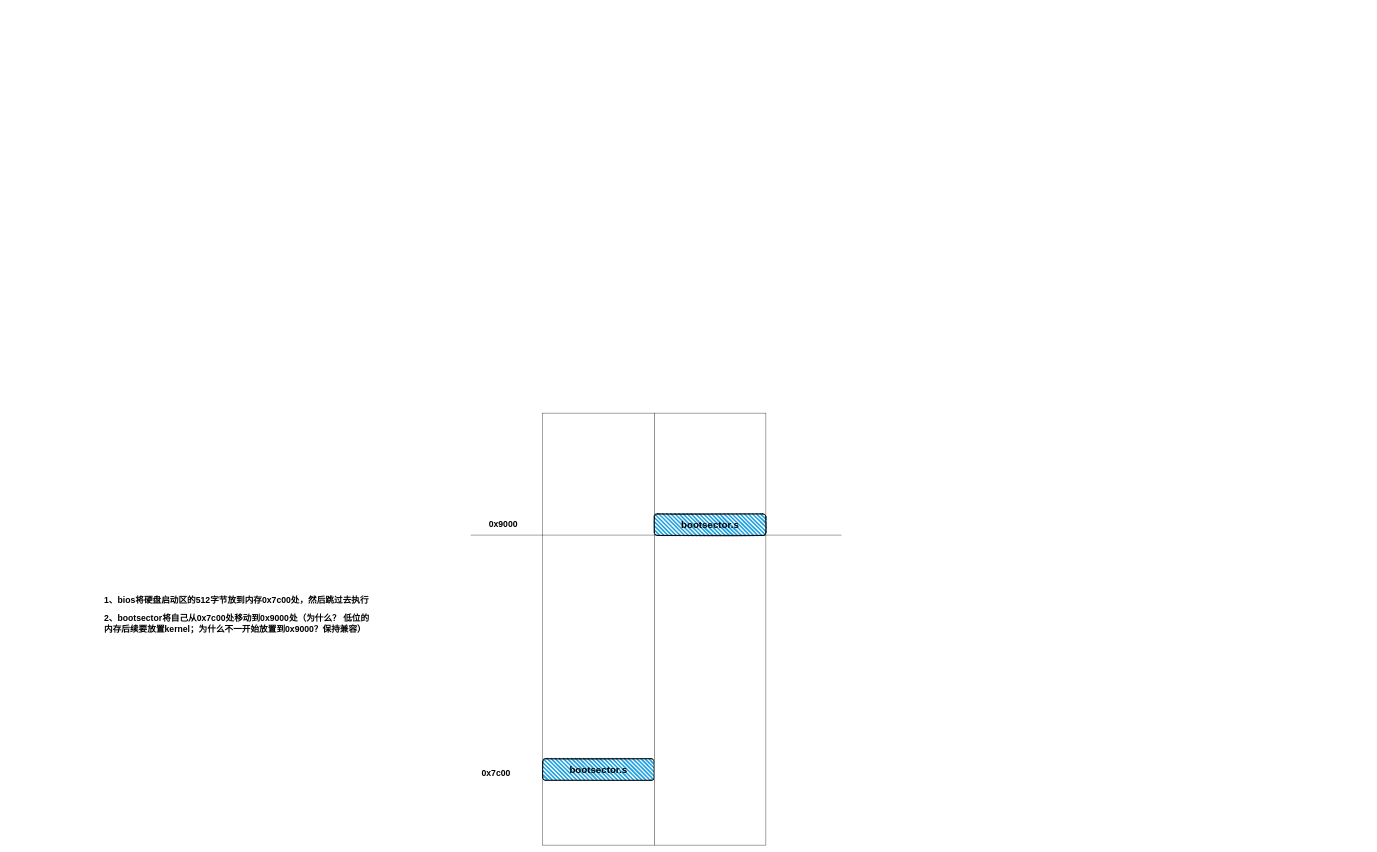
Before: page "linux-0.11" (2 of 3) of grub源码阅读.drawio in wbzzx-bb/wb-linux, a draw.io diagram. Source tidied: cells renumbered, new cells numbered last; positions are measured from the earlier drawing's top-left corner, leaving out a move shared by most shapes. Both pictures are drawn from the tidied source at 36%, with x=0, y=0 at pixel (103, 413).
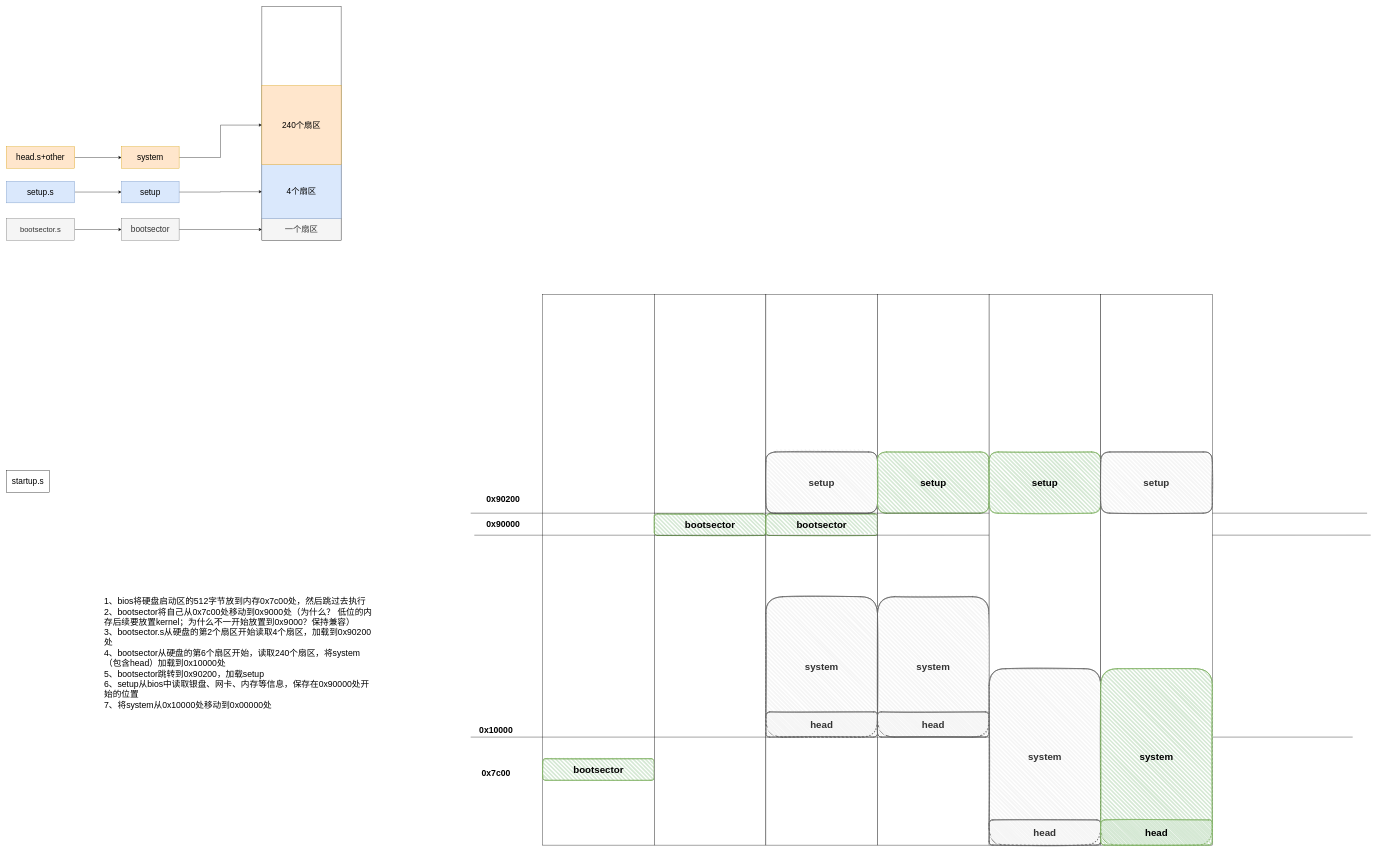
After the change.

Commit message:
更新grub源码阅读.drawio

Change to the diagram source:
```diff
@@
     <mxCell id="2" style="rounded=0;whiteSpace=wrap;html=1;" parent="1" vertex="1">
-      <mxGeometry x="1220" width="310" height="1200" as="geometry" />
+      <mxGeometry x="1220" y="-330" width="310" height="1530" as="geometry" />
     </mxCell>
-    <mxCell id="3" value="&lt;b&gt;&lt;font style=&quot;font-size: 27px;&quot;&gt;bootsector.s&lt;/font&gt;&lt;/b&gt;" style="rounded=1;whiteSpace=wrap;html=1;strokeWidth=2;fillWeight=4;hachureGap=8;hachureAngle=45;fillColor=#1ba1e2;sketch=1;" parent="1" vertex="1">
+    <mxCell id="3" value="&lt;b&gt;&lt;font style=&quot;font-size: 27px;&quot;&gt;bootsector&lt;/font&gt;&lt;/b&gt;" style="rounded=1;whiteSpace=wrap;html=1;strokeWidth=2;fillWeight=4;hachureGap=8;hachureAngle=45;fillColor=#d5e8d4;sketch=1;strokeColor=#82b366;" parent="1" vertex="1">
       <mxGeometry x="1220" y="960" width="310" height="60" as="geometry" />
     </mxCell>
@@
     <mxCell id="5" style="rounded=0;whiteSpace=wrap;html=1;" parent="1" vertex="1">
-      <mxGeometry x="1530" width="310" height="1200" as="geometry" />
+      <mxGeometry x="1530" y="-330" width="310" height="1530" as="geometry" />
     </mxCell>
-    <mxCell id="6" value="&lt;b&gt;&lt;font style=&quot;font-size: 27px;&quot;&gt;bootsector.s&lt;/font&gt;&lt;/b&gt;" style="rounded=1;whiteSpace=wrap;html=1;strokeWidth=2;fillWeight=4;hachureGap=8;hachureAngle=45;fillColor=#1ba1e2;sketch=1;" parent="1" vertex="1">
+    <mxCell id="6" value="&lt;b&gt;&lt;font style=&quot;font-size: 27px;&quot;&gt;bootsector&lt;/font&gt;&lt;/b&gt;" style="rounded=1;whiteSpace=wrap;html=1;strokeWidth=2;fillWeight=4;hachureGap=8;hachureAngle=45;fillColor=#d5e8d4;sketch=1;strokeColor=#82b366;" parent="1" vertex="1">
       <mxGeometry x="1530" y="280" width="310" height="60" as="geometry" />
     </mxCell>
-    <mxCell id="7" value="0x9000" style="text;strokeColor=none;fillColor=none;html=1;fontSize=24;fontStyle=1;verticalAlign=middle;align=center;" parent="1" vertex="1">
+    <mxCell id="7" value="0x90000" style="text;strokeColor=none;fillColor=none;html=1;fontSize=24;fontStyle=1;verticalAlign=middle;align=center;" parent="1" vertex="1">
       <mxGeometry x="1060" y="290" width="100" height="40" as="geometry" />
     </mxCell>
-    <mxCell id="8" value="1、bios将硬盘启动区的512字节放到内存0x7c00处，然后跳过去执行" style="text;strokeColor=none;fillColor=none;html=1;fontSize=24;fontStyle=1;verticalAlign=top;align=left;" parent="1" vertex="1">
-      <mxGeometry y="500" width="760" height="40" as="geometry" />
+    <mxCell id="8" value="1、bios将硬盘启动区的512字节放到内存0x7c00处，然后跳过去执行&lt;div&gt;&lt;span style=&quot;text-wrap-mode: wrap;&quot;&gt;2、bootsector将自己从0x7c00处移动到0x9000处（为什么？ 低位的内存后续要放置kernel；为什么不一开始放置到0x9000？保持兼容&lt;/span&gt;&lt;span style=&quot;color: light-dark(rgb(0, 0, 0), rgb(255, 255, 255)); text-wrap-mode: wrap; background-color: transparent;&quot;&gt;）&lt;/span&gt;&lt;/div&gt;&lt;div&gt;&lt;span style=&quot;text-wrap-mode: wrap;&quot;&gt;3、bootsector.s从硬盘的第2个扇区开始读取4个扇区，加载到0x90200处&lt;/span&gt;&lt;span style=&quot;color: light-dark(rgb(0, 0, 0), rgb(255, 255, 255)); text-wrap-mode: wrap; background-color: transparent;&quot;&gt;&lt;/span&gt;&lt;/div&gt;&lt;div&gt;4、bootsector从硬盘的第6个扇区开始，读取240个扇区，将system（包含head）加载到0x10000处&lt;span style=&quot;text-wrap-mode: wrap;&quot;&gt;&lt;/span&gt;&lt;/div&gt;&lt;div&gt;5、bootsector跳转到0x90200，加载setup&lt;/div&gt;&lt;div&gt;6、setup从bios中读取银盘、网卡、内存等信息，保存在0x90000处开始的位置&lt;/div&gt;&lt;div&gt;7、将system从0x10000处移动到0x00000处&lt;/div&gt;" style="text;strokeColor=none;fillColor=none;html=1;fontSize=24;fontStyle=0;verticalAlign=top;align=left;whiteSpace=wrap;spacingTop=2;spacingBottom=2;" parent="1" vertex="1">
+      <mxGeometry y="500" width="760" height="330" as="geometry" />
     </mxCell>
+    <mxCell id="11" style="rounded=0;whiteSpace=wrap;html=1;" parent="1" vertex="1">
+      <mxGeometry x="1840" y="-330" width="310" height="1530" as="geometry" />
+    </mxCell>
+    <mxCell id="12" value="&lt;b&gt;&lt;font style=&quot;font-size: 27px;&quot;&gt;bootsector&lt;/font&gt;&lt;/b&gt;" style="rounded=1;whiteSpace=wrap;html=1;strokeWidth=2;fillWeight=4;hachureGap=8;hachureAngle=45;fillColor=#d5e8d4;sketch=1;strokeColor=#82b366;" parent="1" vertex="1">
+      <mxGeometry x="1840" y="280" width="310" height="60" as="geometry" />
+    </mxCell>
+    <mxCell id="13" value="&lt;b&gt;&lt;font style=&quot;font-size: 27px;&quot;&gt;setup&lt;/font&gt;&lt;/b&gt;" style="rounded=1;whiteSpace=wrap;html=1;strokeWidth=2;fillWeight=4;hachureGap=8;hachureAngle=45;fillColor=#f5f5f5;sketch=1;strokeColor=#666666;fontColor=#333333;" parent="1" vertex="1">
+      <mxGeometry x="1840" y="108" width="310" height="170" as="geometry" />
+    </mxCell>
+    <mxCell id="14" value="0x90200" style="text;strokeColor=none;fillColor=none;html=1;fontSize=24;fontStyle=1;verticalAlign=middle;align=center;" parent="1" vertex="1">
+      <mxGeometry x="1060" y="220" width="100" height="40" as="geometry" />
+    </mxCell>
+    <mxCell id="15" style="rounded=0;whiteSpace=wrap;html=1;" parent="1" vertex="1">
+      <mxGeometry x="2150" y="-330" width="310" height="1530" as="geometry" />
+    </mxCell>
+    <mxCell id="16" value="&lt;b&gt;&lt;font style=&quot;font-size: 27px;&quot;&gt;setup&lt;/font&gt;&lt;/b&gt;" style="rounded=1;whiteSpace=wrap;html=1;strokeWidth=2;fillWeight=4;hachureGap=8;hachureAngle=45;fillColor=#d5e8d4;sketch=1;strokeColor=#82b366;" parent="1" vertex="1">
+      <mxGeometry x="2150" y="108" width="310" height="170" as="geometry" />
+    </mxCell>
+    <mxCell id="17" style="endArrow=none;html=1;rounded=0;" parent="1" edge="1">
+      <mxGeometry relative="1" as="geometry">
+        <mxPoint x="1030" y="339.2" as="sourcePoint" />
+        <mxPoint x="3520" y="339" as="targetPoint" />
+      </mxGeometry>
+    </mxCell>
+    <mxCell id="18" value="&lt;b&gt;&lt;font style=&quot;font-size: 27px;&quot;&gt;system&lt;/font&gt;&lt;/b&gt;" style="rounded=1;whiteSpace=wrap;html=1;strokeWidth=2;fillWeight=4;hachureGap=8;hachureAngle=45;fillColor=#f5f5f5;sketch=1;strokeColor=#666666;fontColor=#333333;" parent="1" vertex="1">
+      <mxGeometry x="1840" y="510" width="310" height="390" as="geometry" />
+    </mxCell>
     <mxCell id="9" style="endArrow=none;html=1;rounded=0;" parent="1" edge="1">
       <mxGeometry relative="1" as="geometry">
-        <mxPoint x="1020" y="339" as="sourcePoint" />
-        <mxPoint x="2050" y="339" as="targetPoint" />
+        <mxPoint x="1020" y="900" as="sourcePoint" />
+        <mxPoint x="3470" y="900" as="targetPoint" />
       </mxGeometry>
     </mxCell>
-    <mxCell id="10" value="2、bootsector将自己从0x7c00处移动到0x9000处（为什么？ 低位的内存后续要放置kernel；为什么不一开始放置到0x9000？保持兼容&lt;span style=&quot;background-color: transparent; color: light-dark(rgb(0, 0, 0), rgb(255, 255, 255));&quot;&gt;）&lt;/span&gt;" style="text;strokeColor=none;fillColor=none;html=1;fontSize=24;fontStyle=1;verticalAlign=top;align=left;whiteSpace=wrap;" parent="1" vertex="1">
-      <mxGeometry y="550" width="750" height="170" as="geometry" />
-    </mxCell>
+    <mxCell id="19" value="&lt;b&gt;&lt;font style=&quot;font-size: 27px;&quot;&gt;head&lt;/font&gt;&lt;/b&gt;" style="rounded=1;whiteSpace=wrap;html=1;strokeWidth=2;fillWeight=4;hachureGap=8;hachureAngle=45;fillColor=#f5f5f5;sketch=1;strokeColor=#666666;fontColor=#333333;" parent="1" vertex="1">
+      <mxGeometry x="1840" y="830" width="310" height="70" as="geometry" />
+    </mxCell>
+    <mxCell id="20" value="0x10000" style="text;strokeColor=none;fillColor=none;html=1;fontSize=24;fontStyle=1;verticalAlign=middle;align=center;" parent="1" vertex="1">
+      <mxGeometry x="1040" y="860" width="100" height="40" as="geometry" />
+    </mxCell>
+    <mxCell id="21" value="&lt;b&gt;&lt;font style=&quot;font-size: 27px;&quot;&gt;system&lt;/font&gt;&lt;/b&gt;" style="rounded=1;whiteSpace=wrap;html=1;strokeWidth=2;fillWeight=4;hachureGap=8;hachureAngle=45;fillColor=#f5f5f5;sketch=1;strokeColor=#666666;fontColor=#333333;" parent="1" vertex="1">
+      <mxGeometry x="2150" y="510" width="310" height="390" as="geometry" />
+    </mxCell>
+    <mxCell id="22" value="&lt;b&gt;&lt;font style=&quot;font-size: 27px;&quot;&gt;head&lt;/font&gt;&lt;/b&gt;" style="rounded=1;whiteSpace=wrap;html=1;strokeWidth=2;fillWeight=4;hachureGap=8;hachureAngle=45;fillColor=#f5f5f5;sketch=1;strokeColor=#666666;fontColor=#333333;" parent="1" vertex="1">
+      <mxGeometry x="2150" y="830" width="310" height="70" as="geometry" />
+    </mxCell>
+    <mxCell id="23" style="edgeStyle=orthogonalEdgeStyle;rounded=0;jettySize=auto;html=1;entryX=0;entryY=0.5;entryDx=0;entryDy=0;" parent="1" edge="1" source="24" target="26">
+      <mxGeometry relative="1" as="geometry" />
+    </mxCell>
+    <mxCell id="24" value="&lt;font style=&quot;font-size: 21px;&quot;&gt;bootsector.s&lt;/font&gt;" style="rounded=0;whiteSpace=wrap;html=1;fillColor=#f5f5f5;fontColor=#333333;strokeColor=#666666;" parent="1" vertex="1">
+      <mxGeometry x="-270" y="-540" width="190" height="60" as="geometry" />
+    </mxCell>
+    <mxCell id="25" style="edgeStyle=orthogonalEdgeStyle;rounded=0;jettySize=auto;html=1;entryX=0;entryY=0.5;entryDx=0;entryDy=0;" parent="1" edge="1" source="26" target="37">
+      <mxGeometry relative="1" as="geometry" />
+    </mxCell>
+    <mxCell id="26" value="&lt;font style=&quot;font-size: 23px;&quot;&gt;bootsector&lt;/font&gt;" style="rounded=0;whiteSpace=wrap;html=1;fillColor=#f5f5f5;fontColor=#333333;strokeColor=#666666;" parent="1" vertex="1">
+      <mxGeometry x="50" y="-540" width="160" height="60" as="geometry" />
+    </mxCell>
+    <mxCell id="27" style="edgeStyle=orthogonalEdgeStyle;rounded=0;jettySize=auto;html=1;" parent="1" edge="1" source="28" target="32">
+      <mxGeometry relative="1" as="geometry" />
+    </mxCell>
+    <mxCell id="28" value="&lt;font style=&quot;font-size: 23px;&quot;&gt;setup.s&lt;/font&gt;" style="rounded=0;whiteSpace=wrap;html=1;fillColor=#dae8fc;strokeColor=#6c8ebf;" parent="1" vertex="1">
+      <mxGeometry x="-270" y="-644" width="190" height="60" as="geometry" />
+    </mxCell>
+    <mxCell id="29" style="edgeStyle=orthogonalEdgeStyle;rounded=0;jettySize=auto;html=1;" parent="1" edge="1" source="30" target="34">
+      <mxGeometry relative="1" as="geometry" />
+    </mxCell>
+    <mxCell id="30" value="&lt;font style=&quot;font-size: 23px;&quot;&gt;head.s+other&lt;/font&gt;" style="rounded=0;whiteSpace=wrap;html=1;fillColor=#ffe6cc;strokeColor=#d79b00;" parent="1" vertex="1">
+      <mxGeometry x="-270" y="-740" width="190" height="60" as="geometry" />
+    </mxCell>
+    <mxCell id="31" style="edgeStyle=orthogonalEdgeStyle;rounded=0;jettySize=auto;html=1;entryX=0;entryY=0.5;entryDx=0;entryDy=0;" parent="1" edge="1" source="32" target="38">
+      <mxGeometry relative="1" as="geometry" />
+    </mxCell>
+    <mxCell id="32" value="&lt;font style=&quot;font-size: 23px;&quot;&gt;setup&lt;/font&gt;" style="rounded=0;whiteSpace=wrap;html=1;fillColor=#dae8fc;strokeColor=#6c8ebf;" parent="1" vertex="1">
+      <mxGeometry x="50" y="-644" width="160" height="60" as="geometry" />
+    </mxCell>
+    <mxCell id="33" style="edgeStyle=orthogonalEdgeStyle;rounded=0;jettySize=auto;html=1;" parent="1" edge="1" source="34" target="39">
+      <mxGeometry relative="1" as="geometry" />
+    </mxCell>
+    <mxCell id="34" value="&lt;font style=&quot;font-size: 23px;&quot;&gt;system&lt;/font&gt;" style="rounded=0;whiteSpace=wrap;html=1;fillColor=#ffe6cc;strokeColor=#d79b00;" parent="1" vertex="1">
+      <mxGeometry x="50" y="-740" width="160" height="60" as="geometry" />
+    </mxCell>
+    <mxCell id="35" value="&lt;font style=&quot;font-size: 23px;&quot;&gt;startup.s&lt;/font&gt;" style="rounded=0;whiteSpace=wrap;html=1;" parent="1" vertex="1">
+      <mxGeometry x="-270" y="160" width="120" height="60" as="geometry" />
+    </mxCell>
+    <mxCell id="36" style="rounded=0;whiteSpace=wrap;html=1;" parent="1" vertex="1">
+      <mxGeometry x="440" y="-1130" width="220" height="650" as="geometry" />
+    </mxCell>
+    <mxCell id="37" value="&lt;span style=&quot;font-size: 23px;&quot;&gt;一个扇区&lt;/span&gt;" style="rounded=0;whiteSpace=wrap;html=1;fillColor=#f5f5f5;fontColor=#333333;strokeColor=#666666;" parent="1" vertex="1">
+      <mxGeometry x="440" y="-540" width="220" height="60" as="geometry" />
+    </mxCell>
+    <mxCell id="38" value="&lt;font style=&quot;font-size: 23px;&quot;&gt;4个扇区&lt;/font&gt;" style="rounded=0;whiteSpace=wrap;html=1;fillColor=#dae8fc;strokeColor=#6c8ebf;" parent="1" vertex="1">
+      <mxGeometry x="440" y="-690" width="220" height="150" as="geometry" />
+    </mxCell>
+    <mxCell id="39" value="&lt;font style=&quot;font-size: 23px;&quot;&gt;240个扇区&lt;/font&gt;" style="rounded=0;whiteSpace=wrap;html=1;fillColor=#ffe6cc;strokeColor=#d79b00;" parent="1" vertex="1">
+      <mxGeometry x="440" y="-910" width="220" height="220" as="geometry" />
+    </mxCell>
+    <mxCell id="40" style="endArrow=none;html=1;rounded=0;" parent="1" edge="1">
+      <mxGeometry relative="1" as="geometry">
+        <mxPoint x="1020" y="278" as="sourcePoint" />
+        <mxPoint x="3510" y="278" as="targetPoint" />
+      </mxGeometry>
+    </mxCell>
+    <mxCell id="41" style="rounded=0;whiteSpace=wrap;html=1;" parent="1" vertex="1">
+      <mxGeometry x="2460" y="-330" width="310" height="1530" as="geometry" />
+    </mxCell>
+    <mxCell id="42" value="&lt;b&gt;&lt;font style=&quot;font-size: 27px;&quot;&gt;setup&lt;/font&gt;&lt;/b&gt;" style="rounded=1;whiteSpace=wrap;html=1;strokeWidth=2;fillWeight=4;hachureGap=8;hachureAngle=45;fillColor=#d5e8d4;sketch=1;strokeColor=#82b366;" parent="1" vertex="1">
+      <mxGeometry x="2460" y="108" width="310" height="170" as="geometry" />
+    </mxCell>
+    <mxCell id="43" value="&lt;b&gt;&lt;font style=&quot;font-size: 27px;&quot;&gt;system&lt;/font&gt;&lt;/b&gt;" style="rounded=1;whiteSpace=wrap;html=1;strokeWidth=2;fillWeight=4;hachureGap=8;hachureAngle=45;fillColor=#f5f5f5;sketch=1;strokeColor=#666666;fontColor=#333333;" parent="1" vertex="1">
+      <mxGeometry x="2460" y="710" width="310" height="490" as="geometry" />
+    </mxCell>
+    <mxCell id="44" value="&lt;b&gt;&lt;font style=&quot;font-size: 27px;&quot;&gt;head&lt;/font&gt;&lt;/b&gt;" style="rounded=1;whiteSpace=wrap;html=1;strokeWidth=2;fillWeight=4;hachureGap=8;hachureAngle=45;fillColor=#f5f5f5;sketch=1;strokeColor=#666666;fontColor=#333333;" parent="1" vertex="1">
+      <mxGeometry x="2460" y="1130" width="310" height="70" as="geometry" />
+    </mxCell>
+    <mxCell id="45" style="rounded=0;whiteSpace=wrap;html=1;" parent="1" vertex="1">
+      <mxGeometry x="2770" y="-330" width="310" height="1530" as="geometry" />
+    </mxCell>
+    <mxCell id="46" value="&lt;b&gt;&lt;font style=&quot;font-size: 27px;&quot;&gt;setup&lt;/font&gt;&lt;/b&gt;" style="rounded=1;whiteSpace=wrap;html=1;strokeWidth=2;fillWeight=4;hachureGap=8;hachureAngle=45;fillColor=#f5f5f5;sketch=1;strokeColor=#666666;fontColor=#333333;" parent="1" vertex="1">
+      <mxGeometry x="2770" y="108" width="310" height="170" as="geometry" />
+    </mxCell>
+    <mxCell id="47" value="&lt;b&gt;&lt;font style=&quot;font-size: 27px;&quot;&gt;system&lt;/font&gt;&lt;/b&gt;" style="rounded=1;whiteSpace=wrap;html=1;strokeWidth=2;fillWeight=4;hachureGap=8;hachureAngle=45;fillColor=#d5e8d4;sketch=1;strokeColor=#82b366;" parent="1" vertex="1">
+      <mxGeometry x="2770" y="710" width="310" height="490" as="geometry" />
+    </mxCell>
+    <mxCell id="48" value="&lt;b&gt;&lt;font style=&quot;font-size: 27px;&quot;&gt;head&lt;/font&gt;&lt;/b&gt;" style="rounded=1;whiteSpace=wrap;html=1;strokeWidth=2;fillWeight=4;hachureGap=8;hachureAngle=45;fillColor=#d5e8d4;sketch=1;strokeColor=#82b366;" parent="1" vertex="1">
+      <mxGeometry x="2770" y="1130" width="310" height="70" as="geometry" />
+    </mxCell>
```
